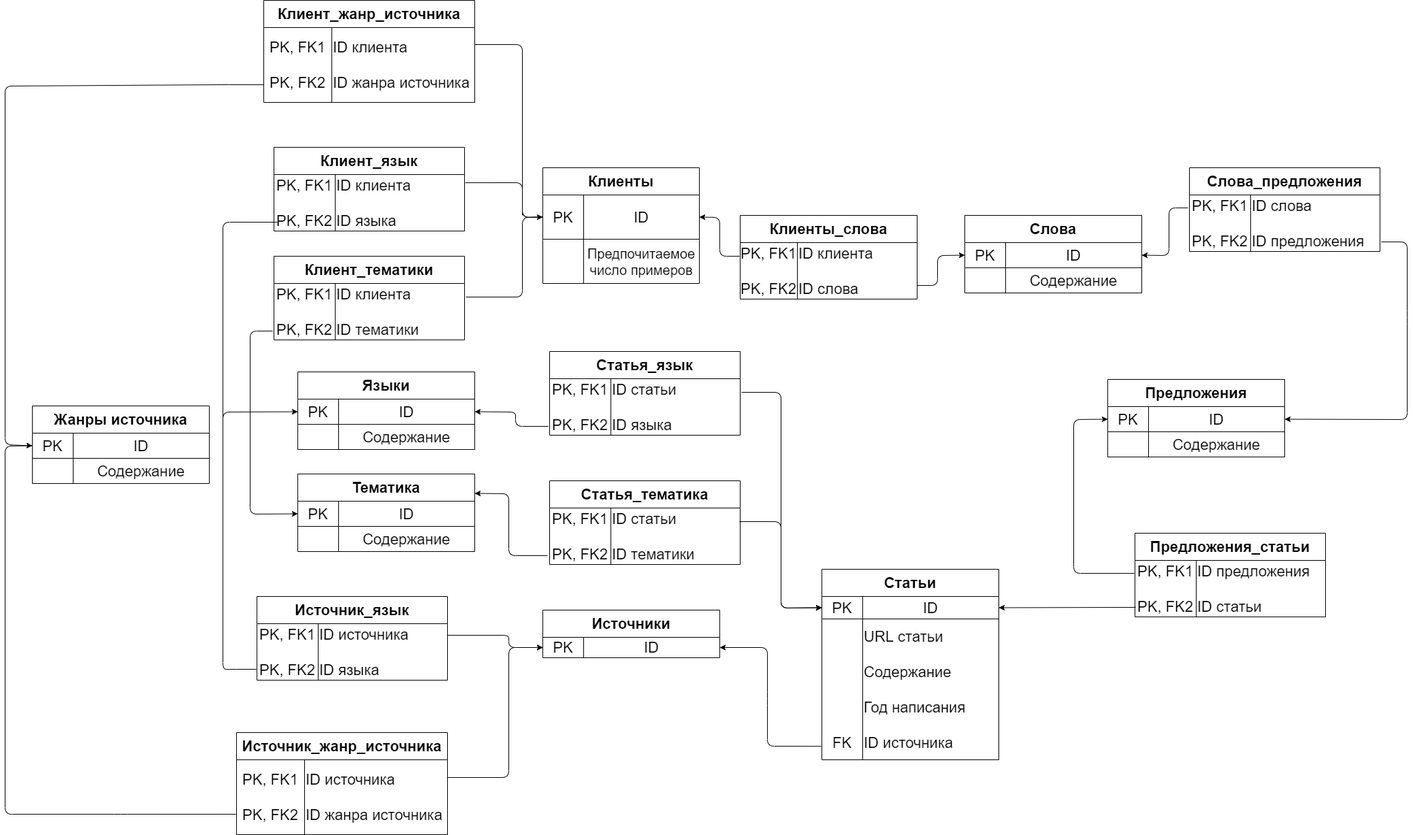
Above: TRD_updated.png in AgeevAA/DB-project (draw.io), before the change. Source tidied: cells renumbered, new cells last; positions are measured from the earlier drawing's top-left corner, leaving out a move shared by most shapes.
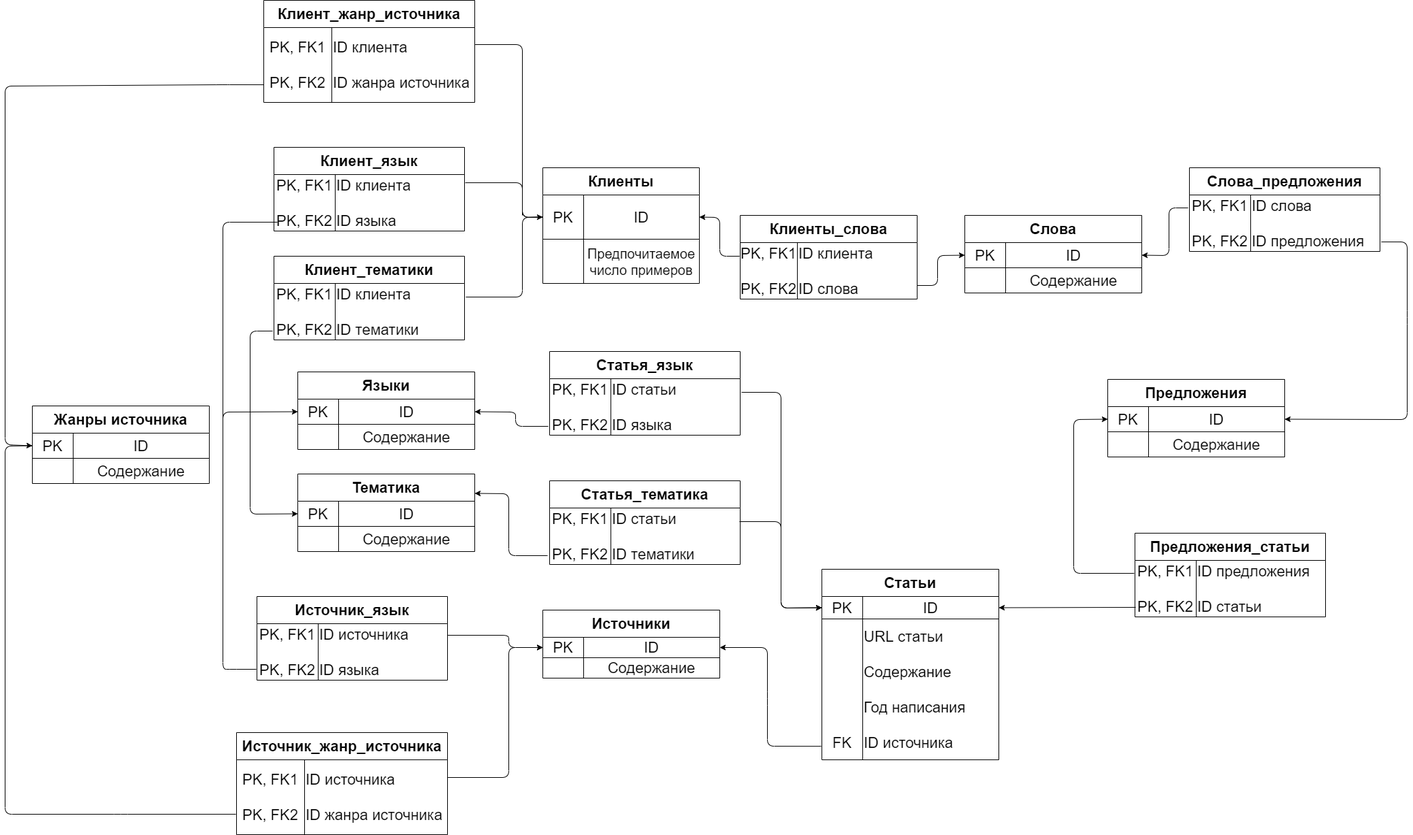
Above is the later version.

Diff of the diagram source:
```diff
@@ -45,7 +45,7 @@
       <mxGeometry x="60" width="200" height="37" as="geometry" />
     </mxCell>
     <mxCell id="16" value="&lt;span style=&quot;font-size: 22px&quot;&gt;Источники&lt;/span&gt;" style="shape=table;html=1;whiteSpace=wrap;startSize=40;fontStyle=1;align=center;" parent="1" vertex="1">
-      <mxGeometry x="790" y="896" width="260" height="70" as="geometry" />
+      <mxGeometry x="790" y="896" width="260" height="100" as="geometry" />
     </mxCell>
     <mxCell id="17" style="shape=partialRectangle;html=1;whiteSpace=wrap;fillColor=none;top=0;left=0;bottom=0;right=0;points=[[0,0.5],[1,0.5]];portConstraint=eastwest;" parent="16" vertex="1">
       <mxGeometry y="40" width="260" height="30" as="geometry" />
@@ -56,6 +56,15 @@
     <mxCell id="19" value="&lt;font style=&quot;font-size: 22px&quot;&gt;ID&lt;/font&gt;" style="shape=partialRectangle;html=1;whiteSpace=wrap;fillColor=none;top=0;left=0;bottom=0;right=0;overflow=hidden;" parent="17" vertex="1">
       <mxGeometry x="60" width="200" height="30" as="geometry" />
     </mxCell>
+    <mxCell id="117" style="shape=partialRectangle;html=1;whiteSpace=wrap;fillColor=none;top=0;left=0;bottom=0;right=0;" parent="16" vertex="1">
+      <mxGeometry y="70" width="260" height="30" as="geometry" />
+    </mxCell>
+    <mxCell id="118" style="shape=partialRectangle;html=1;whiteSpace=wrap;fillColor=none;top=0;left=0;bottom=0;right=0;overflow=hidden;" parent="117" vertex="1">
+      <mxGeometry width="60" height="30" as="geometry" />
+    </mxCell>
+    <mxCell id="119" value="&lt;font style=&quot;font-size: 22px&quot;&gt;Содержание&lt;/font&gt;" style="shape=partialRectangle;html=1;whiteSpace=wrap;fillColor=none;top=0;left=0;bottom=0;right=0;overflow=hidden;" parent="117" vertex="1">
+      <mxGeometry x="60" width="200" height="30" as="geometry" />
+    </mxCell>
     <mxCell id="20" value="&lt;span style=&quot;font-size: 22px&quot;&gt;Статьи&lt;/span&gt;" style="shape=table;html=1;whiteSpace=wrap;startSize=40;fontStyle=1;align=center;" parent="1" vertex="1">
       <mxGeometry x="1200" y="836" width="260" height="280" as="geometry" />
     </mxCell>
```
